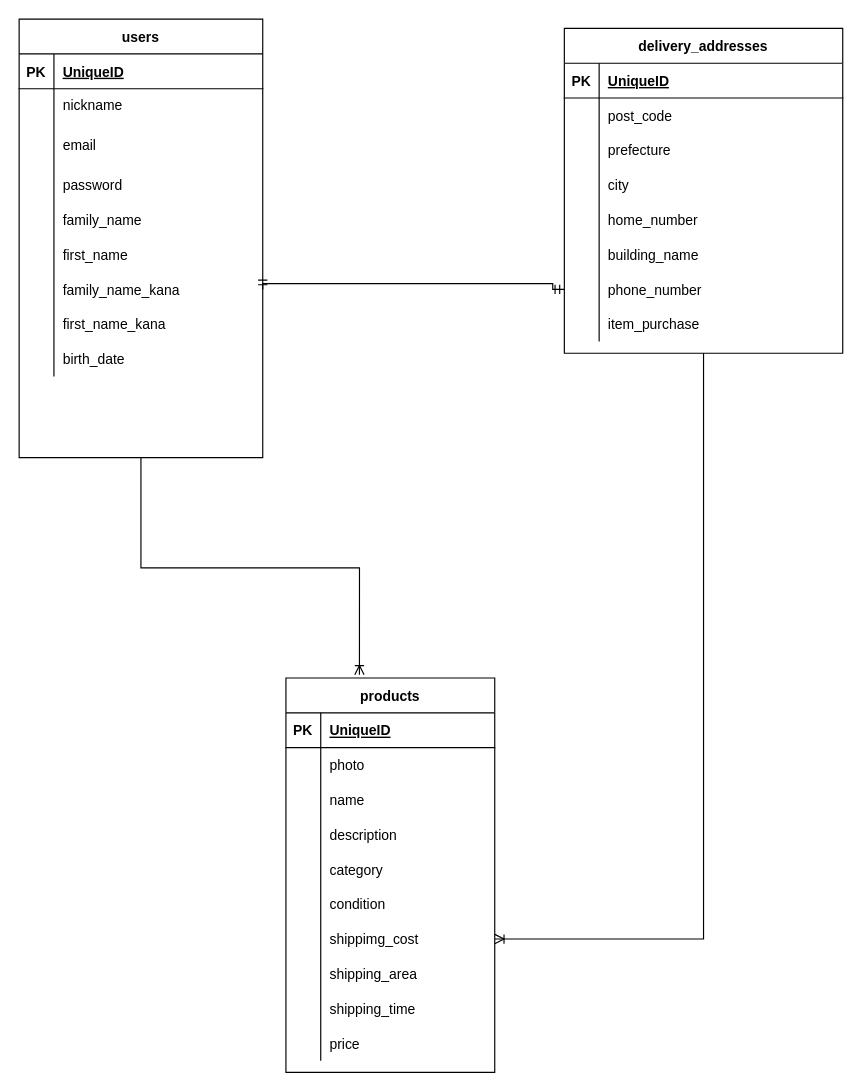
The draw.io diagram app/views/shared/furima.dio in hikaruueta/furima-35024, before the edit. Source tidied: cells renumbered, new cells numbered last; positions are measured from the earlier drawing's top-left corner, leaving out a move shared by most shapes. Both pictures are drawn from the tidied source at 116%, with x=0, y=0 at pixel (19, 19).
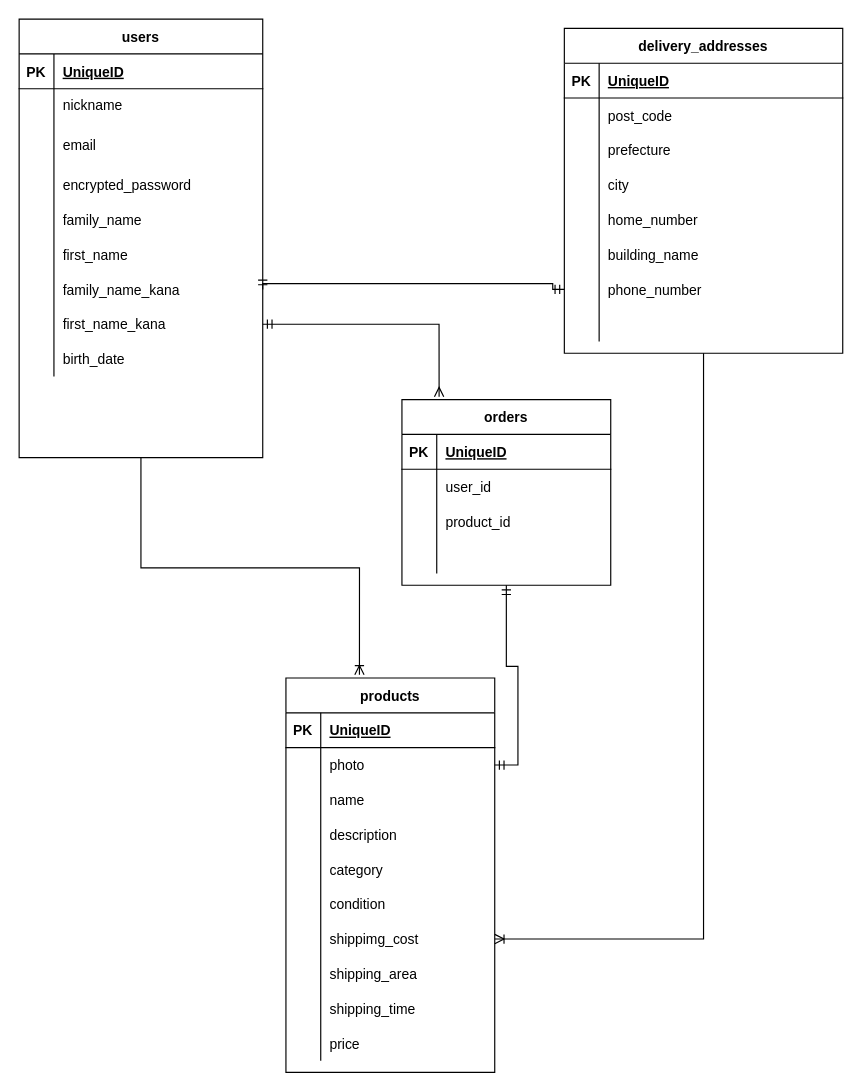
The same diagram, later.

Unchanged cells that the change refers to:
```xml
<mxCell id="13" style="shape=partialRectangle;fillColor=none;top=0;left=0;bottom=0;right=0;" parent="3" vertex="1">
  <mxGeometry y="128" width="210" height="30" as="geometry" />
</mxCell>
<mxCell id="25" style="shape=partialRectangle;fillColor=none;top=0;left=0;bottom=0;right=0;points=[[0,0.5],[1,0.5]];portConstraint=eastwest;" parent="3" vertex="1">
  <mxGeometry y="248" width="210" height="30" as="geometry" />
</mxCell>
<mxCell id="54" style="shape=partialRectangle;fillColor=none;top=0;left=0;bottom=0;right=0;" parent="32" vertex="1">
  <mxGeometry y="240" width="240" height="30" as="geometry" />
</mxCell>
<mxCell id="61" style="shape=partialRectangle;fillColor=none;top=0;left=0;bottom=0;right=0;points=[[0,0.5],[1,0.5]];portConstraint=eastwest;" parent="57" vertex="1">
  <mxGeometry y="60" width="180" height="30" as="geometry" />
</mxCell>
```

What changed in the source:
```diff
@@
-    <mxCell id="15" value="password" style="shape=partialRectangle;fillColor=none;top=0;left=0;bottom=0;right=0;align=left;spacingLeft=6;overflow=hidden;" parent="13" vertex="1">
+    <mxCell id="15" value="encrypted_password" style="shape=partialRectangle;fillColor=none;top=0;left=0;bottom=0;right=0;align=left;spacingLeft=6;overflow=hidden;" parent="13" vertex="1">
       <mxGeometry x="30" width="180" height="30" as="geometry" />
     </mxCell>
@@
-    <mxCell id="56" value="item_purchase" style="shape=partialRectangle;fillColor=none;top=0;left=0;bottom=0;right=0;align=left;spacingLeft=6;overflow=hidden;" parent="54" vertex="1">
+    <mxCell id="56" style="shape=partialRectangle;fillColor=none;top=0;left=0;bottom=0;right=0;align=left;spacingLeft=6;overflow=hidden;" parent="54" vertex="1">
       <mxGeometry x="30" width="210" height="30" as="geometry" />
     </mxCell>
@@
+    <mxCell id="91" style="edgeStyle=orthogonalEdgeStyle;rounded=0;jettySize=auto;html=1;entryX=1;entryY=0.5;entryDx=0;entryDy=0;startArrow=ERmandOne;startFill=0;endArrow=ERmandOne;endFill=0;" parent="1" edge="1" source="92" target="61">
+      <mxGeometry relative="1" as="geometry" />
+    </mxCell>
+    <mxCell id="92" value="orders" style="shape=table;startSize=30;childLayout=tableLayout;rowLines=0;fontStyle=1;align=center;" parent="1" vertex="1">
+      <mxGeometry x="330" y="328" width="180" height="160" as="geometry" />
+    </mxCell>
+    <mxCell id="93" style="shape=partialRectangle;fillColor=none;top=0;left=0;bottom=1;right=0;" parent="92" vertex="1">
+      <mxGeometry y="30" width="180" height="30" as="geometry" />
+    </mxCell>
+    <mxCell id="94" value="PK" style="shape=partialRectangle;fillColor=none;top=0;left=0;bottom=0;right=0;fontStyle=1;overflow=hidden;" parent="93" vertex="1">
+      <mxGeometry width="30" height="30" as="geometry" />
+    </mxCell>
+    <mxCell id="95" value="UniqueID" style="shape=partialRectangle;fillColor=none;top=0;left=0;bottom=0;right=0;align=left;spacingLeft=6;fontStyle=5;overflow=hidden;" parent="93" vertex="1">
+      <mxGeometry x="30" width="150" height="30" as="geometry" />
+    </mxCell>
+    <mxCell id="96" style="shape=partialRectangle;fillColor=none;top=0;left=0;bottom=0;right=0;" parent="92" vertex="1">
+      <mxGeometry y="60" width="180" height="30" as="geometry" />
+    </mxCell>
+    <mxCell id="97" style="shape=partialRectangle;fillColor=none;top=0;left=0;bottom=0;right=0;overflow=hidden;" parent="96" vertex="1">
+      <mxGeometry width="30" height="30" as="geometry" />
+    </mxCell>
+    <mxCell id="98" value="user_id" style="shape=partialRectangle;fillColor=none;top=0;left=0;bottom=0;right=0;align=left;spacingLeft=6;overflow=hidden;" parent="96" vertex="1">
+      <mxGeometry x="30" width="150" height="30" as="geometry" />
+    </mxCell>
+    <mxCell id="99" style="shape=partialRectangle;fillColor=none;top=0;left=0;bottom=0;right=0;" parent="92" vertex="1">
+      <mxGeometry y="90" width="180" height="30" as="geometry" />
+    </mxCell>
+    <mxCell id="100" style="shape=partialRectangle;fillColor=none;top=0;left=0;bottom=0;right=0;overflow=hidden;" parent="99" vertex="1">
+      <mxGeometry width="30" height="30" as="geometry" />
+    </mxCell>
+    <mxCell id="101" value="product_id" style="shape=partialRectangle;fillColor=none;top=0;left=0;bottom=0;right=0;align=left;spacingLeft=6;overflow=hidden;" parent="99" vertex="1">
+      <mxGeometry x="30" width="150" height="30" as="geometry" />
+    </mxCell>
+    <mxCell id="102" style="shape=partialRectangle;fillColor=none;top=0;left=0;bottom=0;right=0;" parent="92" vertex="1">
+      <mxGeometry y="120" width="180" height="30" as="geometry" />
+    </mxCell>
+    <mxCell id="103" style="shape=partialRectangle;fillColor=none;top=0;left=0;bottom=0;right=0;overflow=hidden;" parent="102" vertex="1">
+      <mxGeometry width="30" height="30" as="geometry" />
+    </mxCell>
+    <mxCell id="104" style="shape=partialRectangle;fillColor=none;top=0;left=0;bottom=0;right=0;align=left;spacingLeft=6;overflow=hidden;" parent="102" vertex="1">
+      <mxGeometry x="30" width="150" height="30" as="geometry" />
+    </mxCell>
+    <mxCell id="105" style="edgeStyle=orthogonalEdgeStyle;rounded=0;jettySize=auto;html=1;exitX=1;exitY=0.5;exitDx=0;exitDy=0;entryX=0.178;entryY=-0.016;entryDx=0;entryDy=0;entryPerimeter=0;startArrow=ERmandOne;startFill=0;endArrow=ERmany;endFill=0;" parent="1" edge="1" source="25" target="92">
+      <mxGeometry relative="1" as="geometry" />
+    </mxCell>
```
